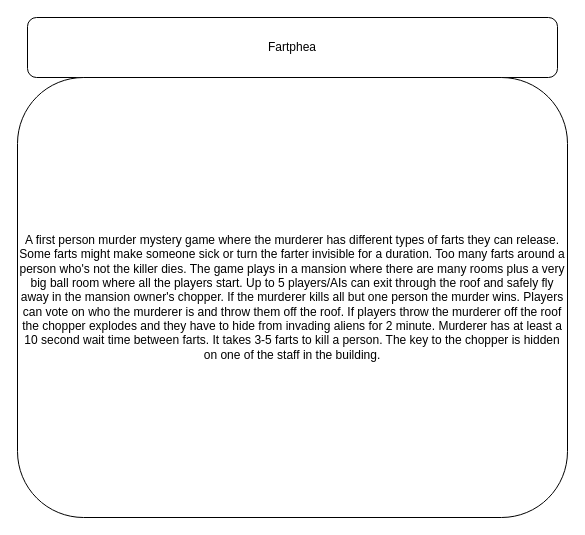
Before: Fartphea.drawio in cheeseEnthusiasts/ideas, a draw.io diagram. Source tidied: cells renumbered, new cells numbered last; positions are measured from the earlier drawing's top-left corner, leaving out a move shared by most shapes. Both pictures are drawn from the tidied source at 100%, with x=0, y=0 at pixel (17, 17).
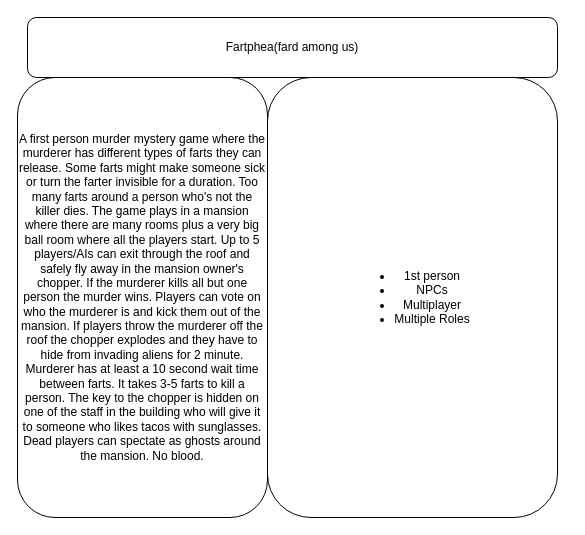
The same diagram, later.

What changed in the source:
```diff
@@
 <mxGraphModel>
   <root>
     <mxCell id="0" />
     <mxCell id="1" parent="0" />
-    <mxCell id="2" value="Fartphea" style="rounded=1;whiteSpace=wrap;html=1;" parent="1" vertex="1">
+    <mxCell id="2" value="Fartphea(fard among us)" style="rounded=1;whiteSpace=wrap;html=1;" parent="1" vertex="1">
       <mxGeometry x="10" width="530" height="60" as="geometry" />
     </mxCell>
-    <mxCell id="3" value="A first person murder mystery game where the murderer has different types of farts they can release. Some farts might make someone sick or turn the farter invisible for a duration. Too many farts around a person who's not the killer dies. The game plays in a mansion where there are many rooms plus a very big ball room where all the players start. Up to 5 players/AIs can exit through the roof and safely fly away in the mansion owner's chopper. If the murderer kills all but one person the murder wins. Players can vote on who the murderer is and throw them off the roof. If players throw the murderer off the roof the chopper explodes and they have to hide from invading aliens for 2 minute. Murderer has at least a 10 second wait time between farts. It takes 3-5 farts to kill a person. The key to the chopper is hidden on one of the staff in the building." style="rounded=1;whiteSpace=wrap;html=1;" parent="1" vertex="1">
-      <mxGeometry y="60" width="550" height="440" as="geometry" />
+    <mxCell id="3" value="A first person murder mystery game where the murderer has different types of farts they can release. Some farts might make someone sick or turn the farter invisible for a duration. Too many farts around a person who's not the killer dies. The game plays in a mansion where there are many rooms plus a very big ball room where all the players start. Up to 5 players/AIs can exit through the roof and safely fly away in the mansion owner's chopper. If the murderer kills all but one person the murder wins. Players can vote on who the murderer is and kick them out of the mansion. If players throw the murderer off the roof the chopper explodes and they have to hide from invading aliens for 2 minute. Murderer has at least a 10 second wait time between farts. It takes 3-5 farts to kill a person. The key to the chopper is hidden on one of the staff in the building who will give it to someone who likes tacos with sunglasses. Dead players can spectate as ghosts around the mansion. No blood." style="rounded=1;whiteSpace=wrap;html=1;" parent="1" vertex="1">
+      <mxGeometry y="60" width="250" height="440" as="geometry" />
     </mxCell>
+    <mxCell id="4" value="&lt;ul&gt;&lt;li&gt;1st person&lt;/li&gt;&lt;li&gt;NPCs&lt;/li&gt;&lt;li&gt;Multiplayer&lt;/li&gt;&lt;li&gt;Multiple Roles&lt;/li&gt;&lt;/ul&gt;" style="rounded=1;whiteSpace=wrap;html=1;" parent="1" vertex="1">
+      <mxGeometry x="250" y="60" width="290" height="440" as="geometry" />
+    </mxCell>
   </root>
 </mxGraphModel>
```
